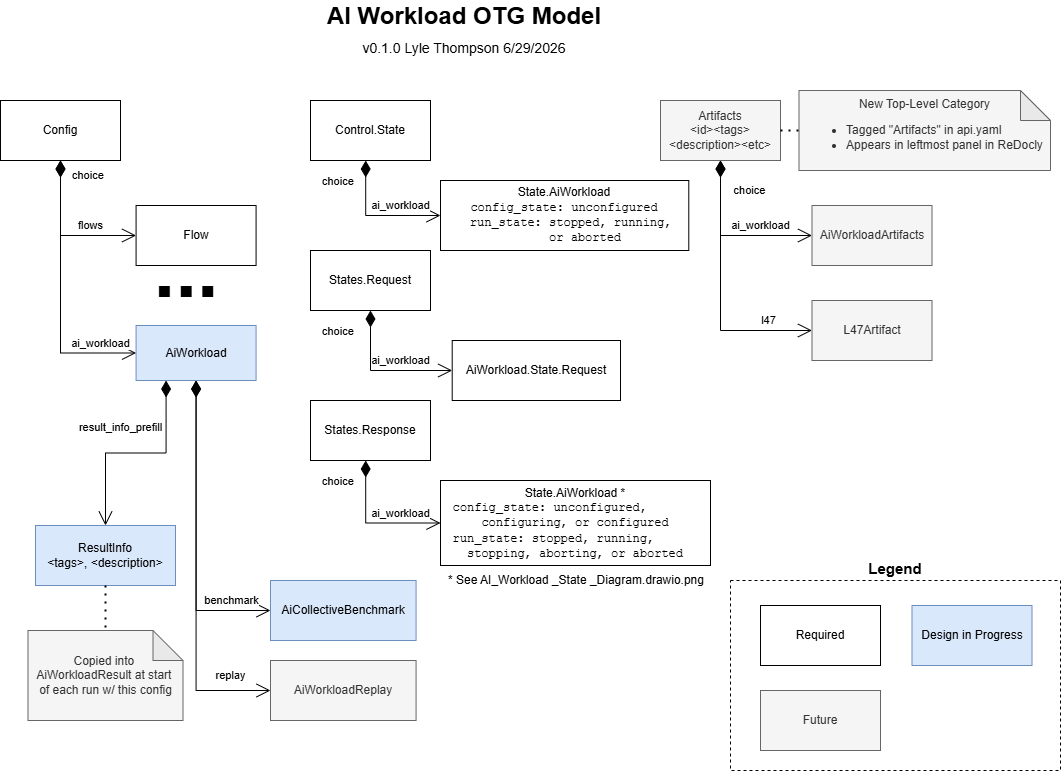
Before: images/AI_Workload_OTG_Model.drawio.png, a diagram exported from draw.io (open-traffic-generator/aidcb-models). Source tidied: cells renumbered, new cells last; positions are measured from the earlier drawing's top-left corner, leaving out a move shared by most shapes.
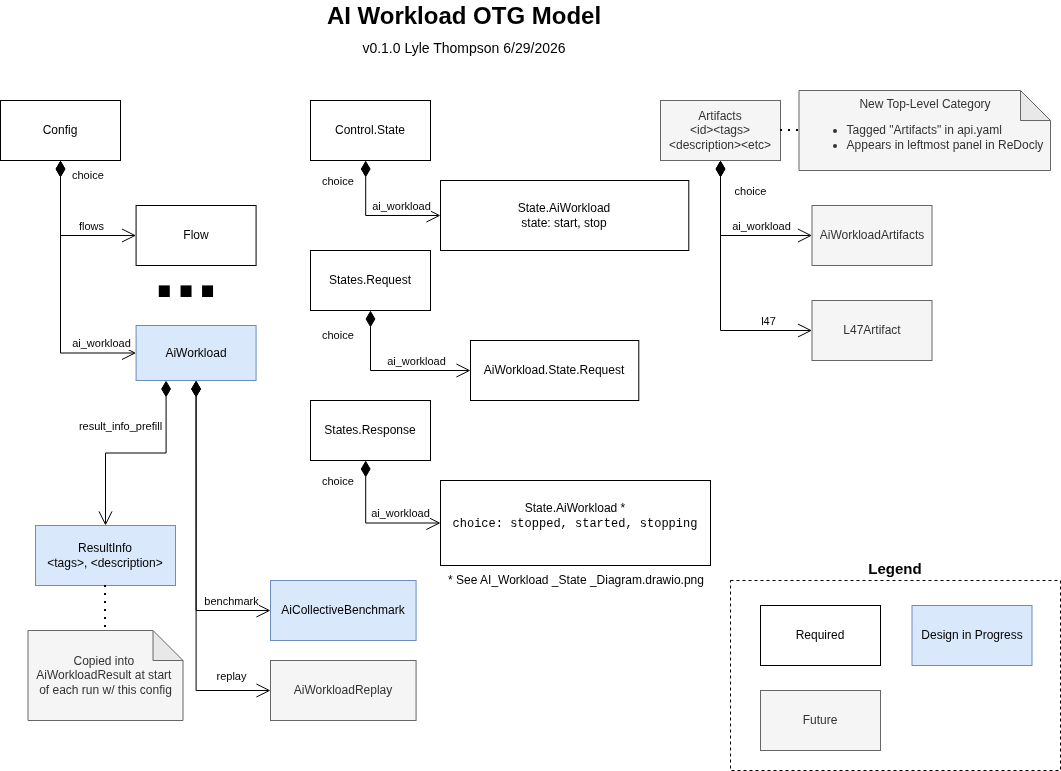
The same file after the commit.

Commit message:
update cobalt drawings

Change to the diagram source:
```diff
@@ -133,7 +133,7 @@
       <mxGeometry x="310" y="250" width="120" height="60" as="geometry" />
     </mxCell>
     <mxCell id="37" value="AiWorkload.State.Request" style="rounded=0;whiteSpace=wrap;html=1;" parent="1" vertex="1">
-      <mxGeometry x="451.7" y="340" width="168.3" height="60" as="geometry" />
+      <mxGeometry x="470" y="340" width="168.3" height="60" as="geometry" />
     </mxCell>
     <mxCell id="38" value="choice" style="endArrow=open;html=1;endSize=12;startArrow=diamondThin;startSize=14;startFill=1;edgeStyle=orthogonalEdgeStyle;align=left;verticalAlign=bottom;rounded=0;exitX=0.5;exitY=1;exitDx=0;exitDy=0;entryX=0;entryY=0.5;entryDx=0;entryDy=0;" parent="1" edge="1" source="36" target="37">
       <mxGeometry x="-0.58" y="-50" relative="1" as="geometry" />
@@ -143,7 +143,7 @@
         <mxPoint x="-20" y="-8" as="offset" />
       </mxGeometry>
     </mxCell>
-    <mxCell id="40" value="State.AiWorkload&lt;br&gt;&lt;font face=&quot;Courier New&quot;&gt;config_state: unconfigured&lt;/font&gt;&lt;div style=&quot;text-align: left;&quot;&gt;&lt;font face=&quot;Courier New&quot;&gt;&amp;nbsp; &amp;nbsp; run_state:&amp;nbsp;&lt;/font&gt;&lt;span style=&quot;font-family: &amp;quot;Courier New&amp;quot;; background-color: transparent; color: light-dark(rgb(0, 0, 0), rgb(255, 255, 255));&quot;&gt;stopped,&lt;/span&gt;&lt;span style=&quot;font-family: &amp;quot;Courier New&amp;quot;; background-color: transparent; color: light-dark(rgb(0, 0, 0), rgb(255, 255, 255));&quot;&gt;&amp;nbsp;running,&amp;nbsp; &amp;nbsp; &amp;nbsp; &amp;nbsp; &amp;nbsp; &amp;nbsp; &amp;nbsp; &amp;nbsp; &amp;nbsp;&lt;/span&gt;&lt;span style=&quot;font-family: &amp;quot;Courier New&amp;quot;; background-color: transparent; color: light-dark(rgb(0, 0, 0), rgb(255, 255, 255));&quot;&gt;or aborted&lt;/span&gt;&lt;/div&gt;" style="rounded=0;whiteSpace=wrap;html=1;" parent="1" vertex="1">
+    <mxCell id="40" value="State.AiWorkload&lt;br&gt;state: start, stop" style="rounded=0;whiteSpace=wrap;html=1;" parent="1" vertex="1">
       <mxGeometry x="440" y="180" width="248.3" height="70" as="geometry" />
     </mxCell>
     <mxCell id="41" value="Control.State" style="rounded=0;whiteSpace=wrap;html=1;" parent="1" vertex="1">
@@ -157,7 +157,7 @@
         <mxPoint x="-11" y="-8" as="offset" />
       </mxGeometry>
     </mxCell>
-    <mxCell id="44" value="State.AiWorkload *&lt;br&gt;&lt;font face=&quot;Courier New&quot;&gt;config_state: unconfigured,&amp;nbsp; &amp;nbsp; &amp;nbsp; &amp;nbsp; configuring, or configured&lt;/font&gt;&lt;div style=&quot;&quot;&gt;&lt;font face=&quot;Courier New&quot;&gt;run_state:&amp;nbsp;&lt;/font&gt;&lt;span style=&quot;font-family: &amp;quot;Courier New&amp;quot;; background-color: transparent; color: light-dark(rgb(0, 0, 0), rgb(255, 255, 255));&quot;&gt;stopped,&lt;/span&gt;&lt;span style=&quot;font-family: &amp;quot;Courier New&amp;quot;; background-color: transparent; color: light-dark(rgb(0, 0, 0), rgb(255, 255, 255));&quot;&gt;&amp;nbsp;running,&amp;nbsp; &amp;nbsp; &amp;nbsp;&amp;nbsp;&lt;/span&gt;&lt;/div&gt;&lt;div style=&quot;&quot;&gt;&lt;span style=&quot;font-family: &amp;quot;Courier New&amp;quot;; background-color: transparent; color: light-dark(rgb(0, 0, 0), rgb(255, 255, 255));&quot;&gt;stopping,&amp;nbsp;&lt;/span&gt;&lt;span style=&quot;font-family: &amp;quot;Courier New&amp;quot;; background-color: transparent; color: light-dark(rgb(0, 0, 0), rgb(255, 255, 255));&quot;&gt;aborting, or aborted&lt;/span&gt;&lt;/div&gt;" style="rounded=0;whiteSpace=wrap;html=1;" parent="1" vertex="1">
+    <mxCell id="44" value="State.AiWorkload *&lt;br&gt;&lt;font face=&quot;Courier New&quot;&gt;choice: stopped&lt;/font&gt;&lt;span style=&quot;font-family: &amp;quot;Courier New&amp;quot;;&quot;&gt;, started&lt;/span&gt;&lt;font face=&quot;Courier New&quot;&gt;, stopping&lt;/font&gt;&lt;div style=&quot;&quot;&gt;&lt;br&gt;&lt;/div&gt;" style="rounded=0;whiteSpace=wrap;html=1;" parent="1" vertex="1">
       <mxGeometry x="440" y="480" width="270" height="85" as="geometry" />
     </mxCell>
     <mxCell id="45" value="States.Response" style="rounded=0;whiteSpace=wrap;html=1;" parent="1" vertex="1">
```
